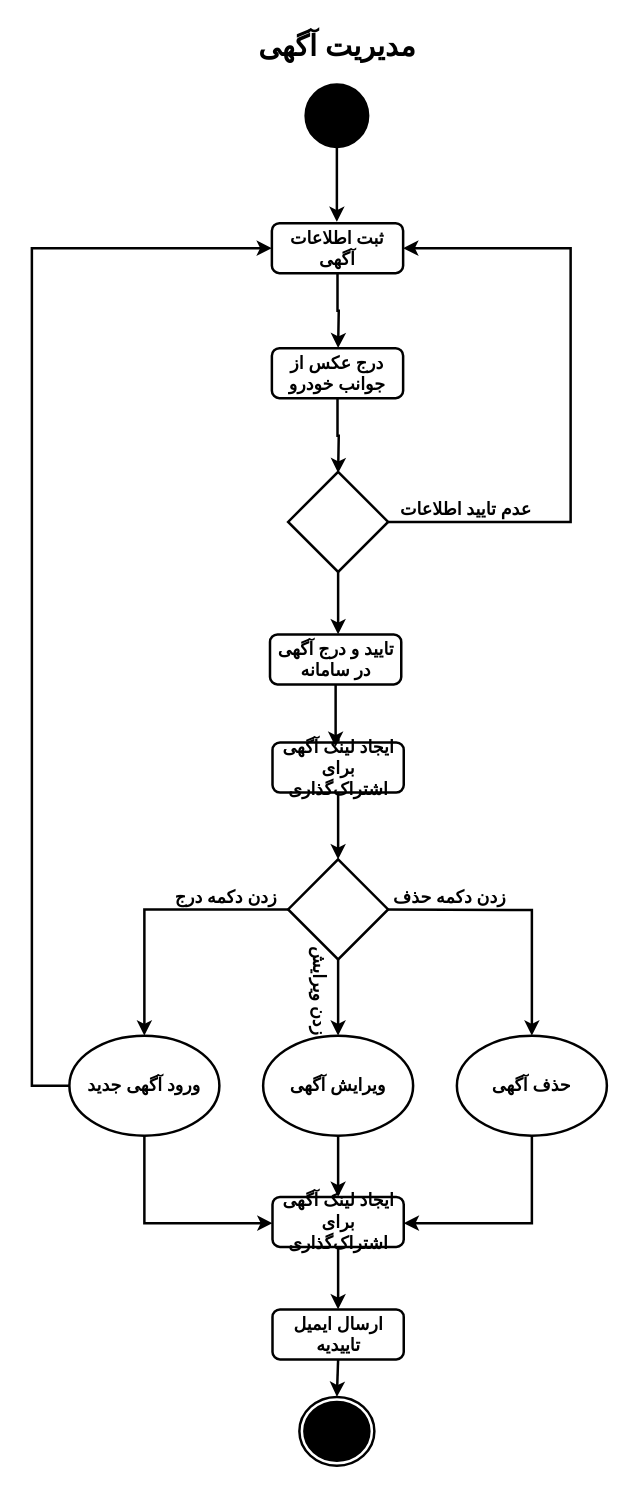
MelvinMo/CarBaMa_Automotive-Sale-Application keeps this draw.io diagram as page "AdsManagement" (5 of 24) of ActivityDiagram/MiddleWare_CarBaMaActivityDiagram.drawio. Above is the earlier version. Source tidied: cells renumbered, new cells numbered last; positions are measured from the earlier drawing's top-left corner, leaving out a move shared by most shapes. Both pictures are drawn from the tidied source at 125%, with x=0, y=0 at pixel (31, 21).
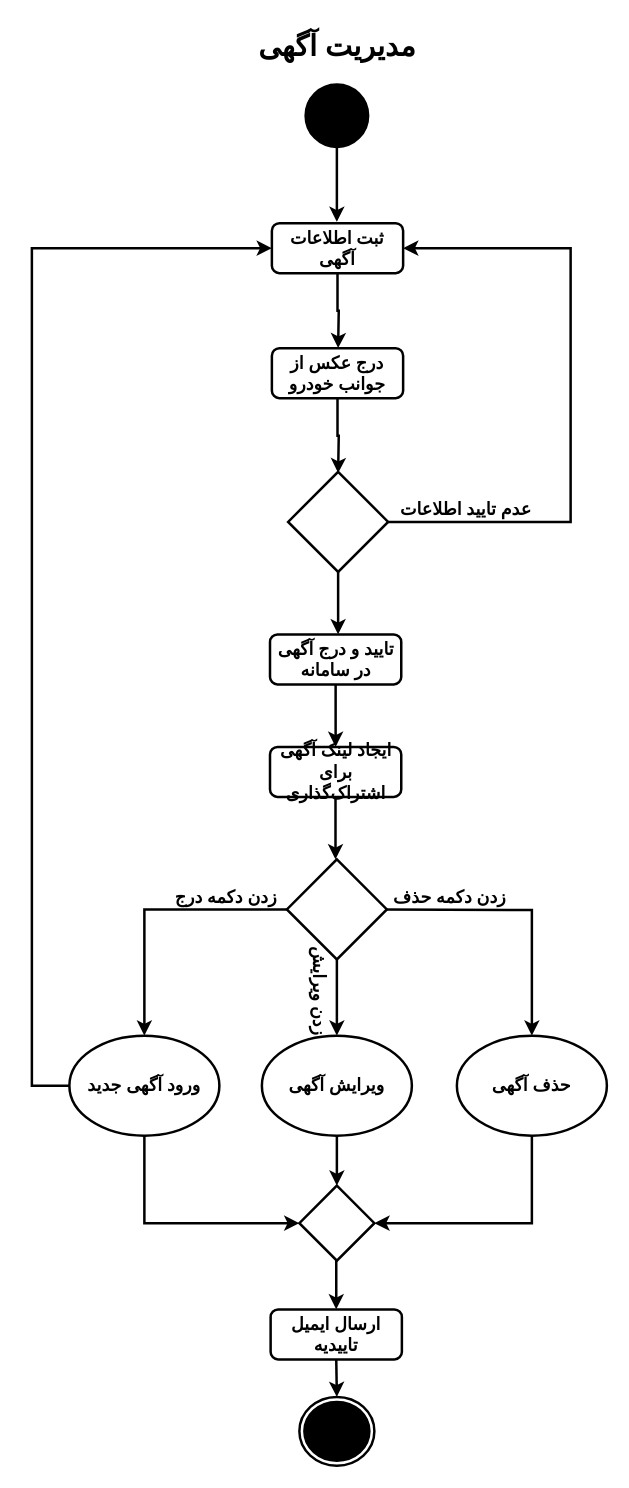
Above is the later version.

The change refers to these unchanged cells:
```xml
<mxCell id="5" value="&lt;font style=&quot;font-size: 14px&quot;&gt;&lt;b&gt;ورود آگهی جدید&lt;/b&gt;&lt;/font&gt;" style="ellipse;whiteSpace=wrap;html=1;strokeWidth=2;" parent="1" vertex="1">
  <mxGeometry x="30" y="811" width="120" height="80" as="geometry" />
</mxCell>
<mxCell id="11" value="&lt;b&gt;&lt;font style=&quot;font-size: 14px&quot;&gt;حذف آگهی&lt;/font&gt;&lt;/b&gt;" style="ellipse;whiteSpace=wrap;html=1;strokeWidth=2;" parent="1" vertex="1">
  <mxGeometry x="340" y="811" width="120" height="80" as="geometry" />
</mxCell>
```

Diff of the diagram source:
```diff
@@
-    <mxCell id="9" style="edgeStyle=orthogonalEdgeStyle;rounded=0;jettySize=auto;html=1;strokeWidth=2;" parent="1" edge="1" source="10" target="35">
+    <mxCell id="9" style="edgeStyle=orthogonalEdgeStyle;rounded=0;jettySize=auto;html=1;strokeWidth=2;entryX=0.5;entryY=0;entryDx=0;entryDy=0;" parent="1" edge="1" source="10" target="36">
       <mxGeometry relative="1" as="geometry" />
     </mxCell>
     <mxCell id="10" value="&lt;font style=&quot;font-size: 14px&quot;&gt;&lt;b&gt;ویرایش آگهی&lt;/b&gt;&lt;/font&gt;" style="ellipse;whiteSpace=wrap;html=1;strokeWidth=2;" parent="1" vertex="1">
-      <mxGeometry x="185" y="811" width="120" height="80" as="geometry" />
+      <mxGeometry x="184" y="811" width="120" height="80" as="geometry" />
     </mxCell>
@@
-    <mxCell id="12" style="edgeStyle=orthogonalEdgeStyle;rounded=0;jettySize=auto;html=1;strokeWidth=2;exitX=0.5;exitY=1;exitDx=0;exitDy=0;" parent="1" edge="1" source="11" target="35">
+    <mxCell id="12" style="edgeStyle=orthogonalEdgeStyle;rounded=0;jettySize=auto;html=1;strokeWidth=2;entryX=1;entryY=0.5;entryDx=0;entryDy=0;exitX=0.5;exitY=1;exitDx=0;exitDy=0;" parent="1" edge="1" source="11" target="36">
       <mxGeometry relative="1" as="geometry">
         <Array as="points">
           <mxPoint x="400" y="961" />
         </Array>
       </mxGeometry>
     </mxCell>
     <mxCell id="13" style="rhombus;whiteSpace=wrap;html=1;strokeWidth=2;" parent="1" vertex="1">
-      <mxGeometry x="205" y="670" width="80" height="80" as="geometry" />
+      <mxGeometry x="204" y="670" width="80" height="80" as="geometry" />
     </mxCell>
-    <mxCell id="14" style="edgeStyle=orthogonalEdgeStyle;rounded=0;jettySize=auto;html=1;strokeColor=#000000;strokeWidth=2;entryX=0.5;entryY=0;entryDx=0;entryDy=0;" parent="1" edge="1" source="35" target="33">
-      <mxGeometry relative="1" as="geometry" />
+    <mxCell id="14" style="edgeStyle=orthogonalEdgeStyle;rounded=0;jettySize=auto;html=1;strokeColor=#000000;strokeWidth=2;entryX=0.5;entryY=0;entryDx=0;entryDy=0;" parent="1" edge="1" source="36" target="33">
+      <mxGeometry relative="1" as="geometry">
+        <Array as="points">
+          <mxPoint x="244" y="1030" />
+        </Array>
+      </mxGeometry>
     </mxCell>
+    <mxCell id="36" style="rhombus;whiteSpace=wrap;html=1;strokeWidth=2;" parent="1" vertex="1">
+      <mxGeometry x="214" y="931" width="60" height="60" as="geometry" />
+    </mxCell>
-    <mxCell id="15" style="edgeStyle=orthogonalEdgeStyle;rounded=0;jettySize=auto;html=1;strokeWidth=2;exitX=0.5;exitY=1;exitDx=0;exitDy=0;" parent="1" edge="1" source="5" target="35">
+    <mxCell id="15" style="edgeStyle=orthogonalEdgeStyle;rounded=0;jettySize=auto;html=1;strokeWidth=2;entryX=0;entryY=0.5;entryDx=0;entryDy=0;exitX=0.5;exitY=1;exitDx=0;exitDy=0;" parent="1" edge="1" source="5" target="36">
       <mxGeometry relative="1" as="geometry">
         <Array as="points">
           <mxPoint x="90" y="961" />
         </Array>
       </mxGeometry>
     </mxCell>
@@
     <mxCell id="31" value="&lt;font style=&quot;font-size: 14px&quot;&gt;&lt;b&gt;ایجاد لینک آگهی برای اشتراک‌گذاری&lt;/b&gt;&lt;/font&gt;" style="rounded=1;whiteSpace=wrap;html=1;strokeColor=#000000;fillColor=none;strokeWidth=2;" parent="1" vertex="1">
-      <mxGeometry x="192.5" y="576.5" width="105" height="40" as="geometry" />
+      <mxGeometry x="190.5" y="580" width="105" height="40" as="geometry" />
     </mxCell>
-    <mxCell id="32" style="endArrow=classic;html=1;rounded=0;strokeWidth=2;fontSize=14;exitX=0.5;exitY=1;exitDx=0;exitDy=0;entryX=0.5;entryY=0;entryDx=0;entryDy=0;" parent="1" edge="1" source="31" target="13">
-      <mxGeometry relative="1" as="geometry" />
+    <mxCell id="32" style="endArrow=classic;html=1;rounded=0;strokeWidth=2;fontSize=14;exitX=0.5;exitY=1;exitDx=0;exitDy=0;" parent="1" edge="1">
+      <mxGeometry relative="1" as="geometry">
+        <mxPoint x="242.9" y="620" as="sourcePoint" />
+        <mxPoint x="242.9" y="670" as="targetPoint" />
+      </mxGeometry>
     </mxCell>
     <mxCell id="33" value="&lt;font style=&quot;font-size: 14px&quot;&gt;&lt;b&gt;ارسال ایمیل تاییدیه&lt;/b&gt;&lt;/font&gt;" style="rounded=1;whiteSpace=wrap;html=1;strokeColor=#000000;fillColor=none;strokeWidth=2;" parent="1" vertex="1">
-      <mxGeometry x="192.5" y="1030" width="105" height="40" as="geometry" />
+      <mxGeometry x="191" y="1030" width="105" height="40" as="geometry" />
     </mxCell>
@@
-    <mxCell id="35" value="&lt;font style=&quot;font-size: 14px&quot;&gt;&lt;b&gt;ایجاد لینک آگهی برای اشتراک‌گذاری&lt;/b&gt;&lt;/font&gt;" style="rounded=1;whiteSpace=wrap;html=1;strokeColor=#000000;fillColor=none;strokeWidth=2;" parent="1" vertex="1">
-      <mxGeometry x="192.5" y="940" width="105" height="40" as="geometry" />
-    </mxCell>
```
